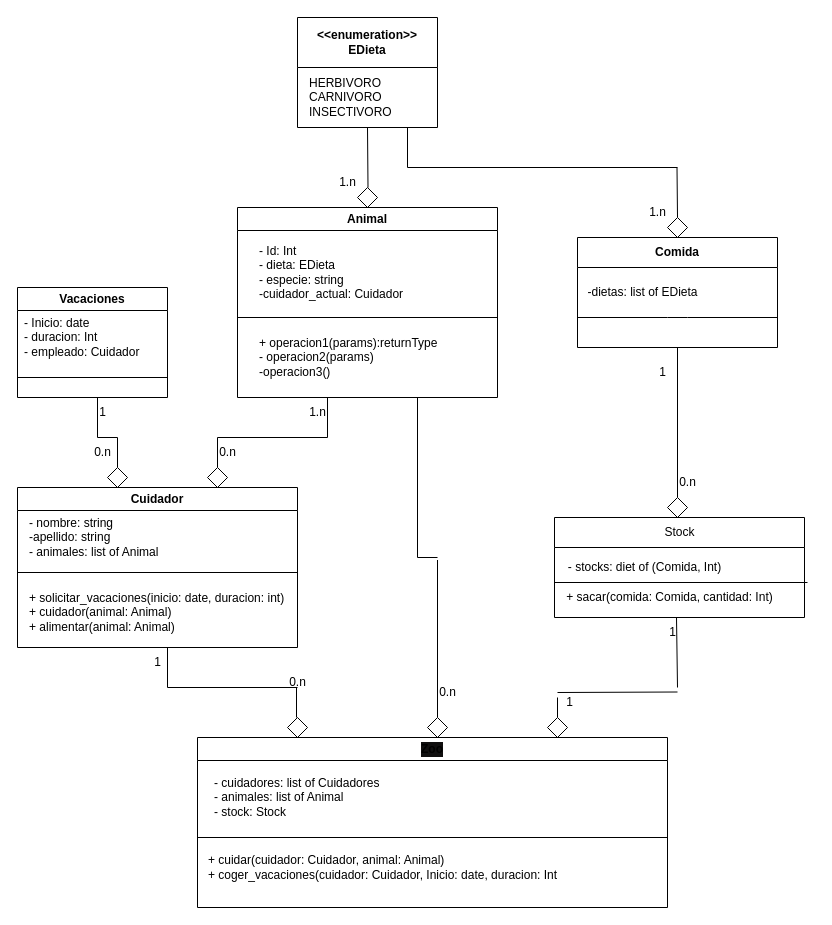
Before: ejercicio06/ejercicio06.drawio in mgonzalz/ejerciciosuml, a draw.io diagram. Source tidied: cells renumbered, new cells numbered last; positions are measured from the earlier drawing's top-left corner, leaving out a move shared by most shapes. Both pictures are drawn from the tidied source at 100%, with x=0, y=0 at pixel (17, 17).
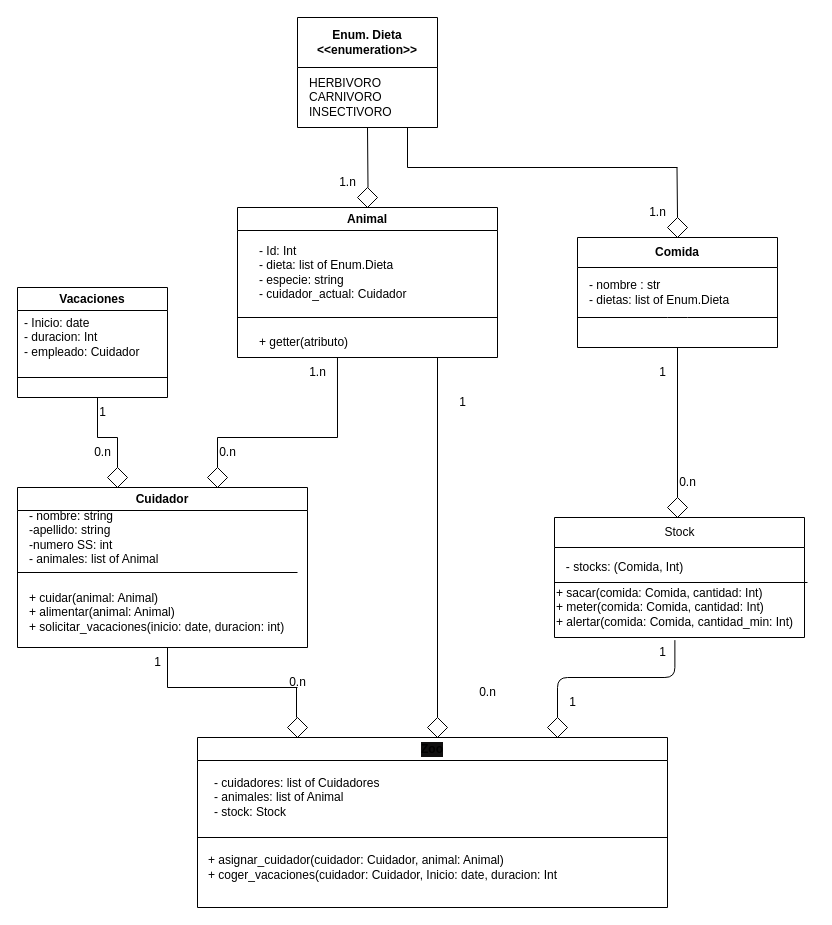
The same page after the edit.

The change refers to these unchanged cells:
```xml
<mxCell id="20" value="Comida" style="swimlane;whiteSpace=wrap;html=1;startSize=30;" parent="1" vertex="1">
  <mxGeometry x="560" y="220" width="200" height="110" as="geometry" />
</mxCell>
<mxCell id="61" style="rhombus;whiteSpace=wrap;html=1;labelBackgroundColor=#100f0f;" parent="1" vertex="1">
  <mxGeometry x="410" y="700" width="20" height="20" as="geometry" />
</mxCell>
<mxCell id="62" style="rhombus;whiteSpace=wrap;html=1;labelBackgroundColor=#100f0f;" parent="1" vertex="1">
  <mxGeometry x="530" y="700" width="20" height="20" as="geometry" />
</mxCell>
<mxCell id="64" value="Zoo" style="swimlane;whiteSpace=wrap;html=1;labelBackgroundColor=#100f0f;" parent="1" vertex="1">
  <mxGeometry x="180" y="720" width="470" height="170" as="geometry" />
</mxCell>
```

Diff of the diagram source:
```diff
@@
-    <mxCell id="2" value="&amp;lt;&amp;lt;enumeration&amp;gt;&amp;gt;&lt;br&gt;EDieta" style="swimlane;whiteSpace=wrap;html=1;startSize=50;" parent="1" vertex="1">
+    <mxCell id="2" value="Enum. Dieta&lt;br&gt;&amp;lt;&amp;lt;enumeration&amp;gt;&amp;gt;" style="swimlane;whiteSpace=wrap;html=1;startSize=50;" parent="1" vertex="1">
       <mxGeometry x="280" width="140" height="110" as="geometry" />
     </mxCell>
@@
     <mxCell id="6" value="Animal" style="swimlane;whiteSpace=wrap;html=1;" parent="1" vertex="1">
-      <mxGeometry x="220" y="190" width="260" height="190" as="geometry" />
+      <mxGeometry x="220" y="190" width="260" height="150" as="geometry" />
     </mxCell>
-    <mxCell id="7" value="- Id: Int&lt;br&gt;- dieta: EDieta&lt;br&gt;- especie: string&lt;br&gt;-cuidador_actual: Cuidador" style="text;html=1;align=left;verticalAlign=middle;strokeColor=none;fillColor=none;" parent="6" vertex="1">
+    <mxCell id="7" value="- Id: Int&lt;br&gt;- dieta: list of Enum.Dieta&lt;br&gt;- especie: string&lt;br&gt;- cuidador_actual: Cuidador" style="text;html=1;align=left;verticalAlign=middle;strokeColor=none;fillColor=none;" parent="6" vertex="1">
       <mxGeometry x="20" y="30" width="170" height="70" as="geometry" />
     </mxCell>
-    <mxCell id="8" value="+ operacion1(params):returnType&lt;br&gt;- operacion2(params)&lt;br&gt;-operacion3()" style="text;html=1;align=left;verticalAlign=middle;strokeColor=none;fillColor=none;" parent="6" vertex="1">
-      <mxGeometry x="20" y="120" width="200" height="60" as="geometry" />
-    </mxCell>
@@
+    <mxCell id="68" value="+ getter(atributo)" style="text;html=1;align=left;verticalAlign=middle;points=[];strokeColor=none;fillColor=none;" parent="6" vertex="1">
+      <mxGeometry x="20" y="120" width="110" height="30" as="geometry" />
+    </mxCell>
@@
     <mxCell id="16" value="Cuidador" style="swimlane;whiteSpace=wrap;html=1;" parent="1" vertex="1">
-      <mxGeometry y="470" width="280" height="160" as="geometry" />
+      <mxGeometry y="470" width="290" height="160" as="geometry" />
     </mxCell>
-    <mxCell id="17" value="- nombre: string&lt;br&gt;-apellido: string&lt;br&gt;- animales: list of Animal" style="text;html=1;align=left;verticalAlign=middle;strokeColor=none;fillColor=none;" parent="16" vertex="1">
-      <mxGeometry x="10" y="20" width="150" height="60" as="geometry" />
+    <mxCell id="17" value="- nombre: string&lt;br&gt;-apellido: string&lt;br&gt;-numero SS: int&lt;br&gt;- animales: list of Animal" style="text;html=1;align=left;verticalAlign=middle;strokeColor=none;fillColor=none;" parent="16" vertex="1">
+      <mxGeometry x="10" y="15" width="150" height="70" as="geometry" />
     </mxCell>
-    <mxCell id="18" value="+ solicitar_vacaciones(inicio: date, duracion: int)&lt;br&gt;+ cuidador(animal: Animal)&lt;br&gt;+ alimentar(animal: Animal)" style="text;html=1;align=left;verticalAlign=middle;strokeColor=none;fillColor=none;" parent="16" vertex="1">
+    <mxCell id="18" value="+ cuidar(animal: Animal)&lt;br&gt;+ alimentar(animal: Animal)&lt;br&gt;+ solicitar_vacaciones(inicio: date, duracion: int)" style="text;html=1;align=left;verticalAlign=middle;strokeColor=none;fillColor=none;" parent="16" vertex="1">
       <mxGeometry x="10" y="95" width="280" height="60" as="geometry" />
     </mxCell>
@@
-    <mxCell id="21" value="-dietas: list of EDieta" style="text;html=1;align=center;verticalAlign=middle;strokeColor=none;fillColor=none;" parent="20" vertex="1">
-      <mxGeometry y="40" width="130" height="30" as="geometry" />
+    <mxCell id="21" value="- nombre : str&lt;br&gt;- dietas: list of Enum.Dieta" style="text;html=1;align=left;verticalAlign=middle;strokeColor=none;fillColor=none;" parent="20" vertex="1">
+      <mxGeometry x="10" y="35" width="160" height="40" as="geometry" />
     </mxCell>
@@
-    <mxCell id="32" style="endArrow=none;html=1;" parent="1" edge="1">
+    <mxCell id="32" style="endArrow=none;html=1;entryX=0.727;entryY=1;entryDx=0;entryDy=0;entryPerimeter=0;" parent="1" edge="1" target="68">
       <mxGeometry relative="1" as="geometry">
-        <mxPoint x="310" y="420" as="sourcePoint" />
-        <mxPoint x="310" y="380" as="targetPoint" />
+        <mxPoint x="320" y="420" as="sourcePoint" />
       </mxGeometry>
     </mxCell>
     <mxCell id="33" style="endArrow=none;html=1;" parent="1" edge="1">
       <mxGeometry relative="1" as="geometry">
         <mxPoint x="200" y="420" as="sourcePoint" />
-        <mxPoint x="310" y="420" as="targetPoint" />
+        <mxPoint x="320" y="420" as="targetPoint" />
       </mxGeometry>
     </mxCell>
@@
     <mxCell id="36" value="1.n" style="text;html=1;align=center;verticalAlign=middle;strokeColor=none;fillColor=none;" parent="1" vertex="1">
-      <mxGeometry x="280" y="380" width="40" height="30" as="geometry" />
+      <mxGeometry x="280" y="340" width="40" height="30" as="geometry" />
     </mxCell>
@@
     <mxCell id="40" style="swimlane;whiteSpace=wrap;html=1;labelBackgroundColor=#000000;startSize=30;" parent="1" vertex="1">
-      <mxGeometry x="537" y="500" width="250" height="100" as="geometry" />
+      <mxGeometry x="537" y="500" width="250" height="120" as="geometry" />
     </mxCell>
-    <mxCell id="41" value="- stocks: diet of (Comida, Int)" style="text;html=1;align=center;verticalAlign=middle;strokeColor=none;fillColor=none;" parent="40" vertex="1">
-      <mxGeometry y="35" width="180" height="30" as="geometry" />
+    <mxCell id="41" value="- stocks: (Comida, Int)" style="text;html=1;align=center;verticalAlign=middle;strokeColor=none;fillColor=none;" parent="40" vertex="1">
+      <mxGeometry y="35" width="140" height="30" as="geometry" />
     </mxCell>
@@
-    <mxCell id="43" value="+ sacar(comida: Comida, cantidad: Int)" style="text;html=1;align=center;verticalAlign=middle;points=[];strokeColor=none;fillColor=none;" parent="40" vertex="1">
-      <mxGeometry y="65" width="230" height="30" as="geometry" />
+    <mxCell id="43" value="+ sacar(comida: Comida, cantidad: Int)&lt;br&gt;+ meter(comida: Comida, cantidad: Int)&lt;br&gt;+ alertar(comida: Comida, cantidad_min: Int)" style="text;html=1;align=left;verticalAlign=middle;points=[];strokeColor=none;fillColor=none;" parent="40" vertex="1">
+      <mxGeometry y="60" width="260" height="60" as="geometry" />
     </mxCell>
@@
-    <mxCell id="47" style="endArrow=none;html=1;" parent="1" edge="1">
-      <mxGeometry relative="1" as="geometry">
-        <mxPoint x="400" y="540" as="sourcePoint" />
-        <mxPoint x="400" y="380" as="targetPoint" />
-      </mxGeometry>
-    </mxCell>
-    <mxCell id="48" style="endArrow=none;html=1;" parent="1" edge="1">
-      <mxGeometry relative="1" as="geometry">
-        <mxPoint x="400" y="540" as="sourcePoint" />
-        <mxPoint x="420" y="540" as="targetPoint" />
-      </mxGeometry>
-    </mxCell>
-    <mxCell id="49" style="endArrow=none;html=1;" parent="1" edge="1">
-      <mxGeometry relative="1" as="geometry">
-        <mxPoint x="420" y="700" as="sourcePoint" />
-        <mxPoint x="420" y="542.5" as="targetPoint" />
-      </mxGeometry>
-    </mxCell>
@@
     <mxCell id="55" value="0.n" style="text;html=1;align=center;verticalAlign=middle;strokeColor=none;fillColor=none;" parent="1" vertex="1">
-      <mxGeometry x="410" y="660" width="40" height="30" as="geometry" />
+      <mxGeometry x="450" y="660" width="40" height="30" as="geometry" />
     </mxCell>
-    <mxCell id="56" style="endArrow=none;html=1;" parent="1" edge="1">
-      <mxGeometry relative="1" as="geometry">
-        <mxPoint x="660" y="670" as="sourcePoint" />
-        <mxPoint x="659" y="600" as="targetPoint" />
-      </mxGeometry>
-    </mxCell>
-    <mxCell id="57" style="endArrow=none;html=1;" parent="1" edge="1">
-      <mxGeometry relative="1" as="geometry">
-        <mxPoint x="540" y="675" as="sourcePoint" />
-        <mxPoint x="660" y="674.5" as="targetPoint" />
-      </mxGeometry>
-    </mxCell>
-    <mxCell id="58" style="endArrow=none;html=1;" parent="1" edge="1">
-      <mxGeometry relative="1" as="geometry">
-        <mxPoint x="540" y="700" as="sourcePoint" />
-        <mxPoint x="540" y="680" as="targetPoint" />
-      </mxGeometry>
-    </mxCell>
     <mxCell id="59" value="1" style="text;html=1;align=center;verticalAlign=middle;strokeColor=none;fillColor=none;" parent="1" vertex="1">
-      <mxGeometry x="640" y="600" width="30" height="30" as="geometry" />
+      <mxGeometry x="630" y="620" width="30" height="30" as="geometry" />
     </mxCell>
     <mxCell id="60" value="1" style="text;html=1;align=center;verticalAlign=middle;strokeColor=none;fillColor=none;" parent="1" vertex="1">
-      <mxGeometry x="537" y="670" width="30" height="30" as="geometry" />
+      <mxGeometry x="540" y="670" width="30" height="30" as="geometry" />
     </mxCell>
+    <mxCell id="69" style="edgeStyle=none;html=1;exitX=0.5;exitY=0;exitDx=0;exitDy=0;endArrow=none;endFill=0;" parent="1" edge="1" source="61">
+      <mxGeometry relative="1" as="geometry">
+        <mxPoint x="420" y="340" as="targetPoint" />
+      </mxGeometry>
+    </mxCell>
@@
+    <mxCell id="70" style="edgeStyle=orthogonalEdgeStyle;html=1;exitX=0.5;exitY=0;exitDx=0;exitDy=0;entryX=0.463;entryY=1.044;entryDx=0;entryDy=0;entryPerimeter=0;endArrow=none;endFill=0;" parent="1" edge="1" source="62" target="43">
+      <mxGeometry relative="1" as="geometry" />
+    </mxCell>
@@
-    <mxCell id="66" value="&lt;div style=&quot;text-align: left;&quot;&gt;&lt;span style=&quot;background-color: initial;&quot;&gt;+ cuidar(cuidador: Cuidador, animal: Animal)&lt;/span&gt;&lt;/div&gt;&lt;div style=&quot;text-align: left;&quot;&gt;&lt;span style=&quot;background-color: initial;&quot;&gt;+ coger_vacaciones(cuidador: Cuidador, Inicio: date, duracion: Int&lt;/span&gt;&lt;/div&gt;" style="text;html=1;align=center;verticalAlign=middle;strokeColor=none;fillColor=none;" parent="64" vertex="1">
+    <mxCell id="66" value="&lt;div style=&quot;text-align: left;&quot;&gt;&lt;span style=&quot;background-color: initial;&quot;&gt;+ asignar_cuidador(cuidador: Cuidador, animal: Animal)&lt;/span&gt;&lt;/div&gt;&lt;div style=&quot;text-align: left;&quot;&gt;&lt;span style=&quot;background-color: initial;&quot;&gt;+ coger_vacaciones(cuidador: Cuidador, Inicio: date, duracion: Int&lt;/span&gt;&lt;/div&gt;" style="text;html=1;align=center;verticalAlign=middle;strokeColor=none;fillColor=none;" parent="64" vertex="1">
       <mxGeometry y="110" width="370" height="40" as="geometry" />
     </mxCell>
@@
+    <mxCell id="71" value="1" style="text;html=1;align=center;verticalAlign=middle;strokeColor=none;fillColor=none;" parent="1" vertex="1">
+      <mxGeometry x="430" y="370" width="30" height="30" as="geometry" />
+    </mxCell>
```
